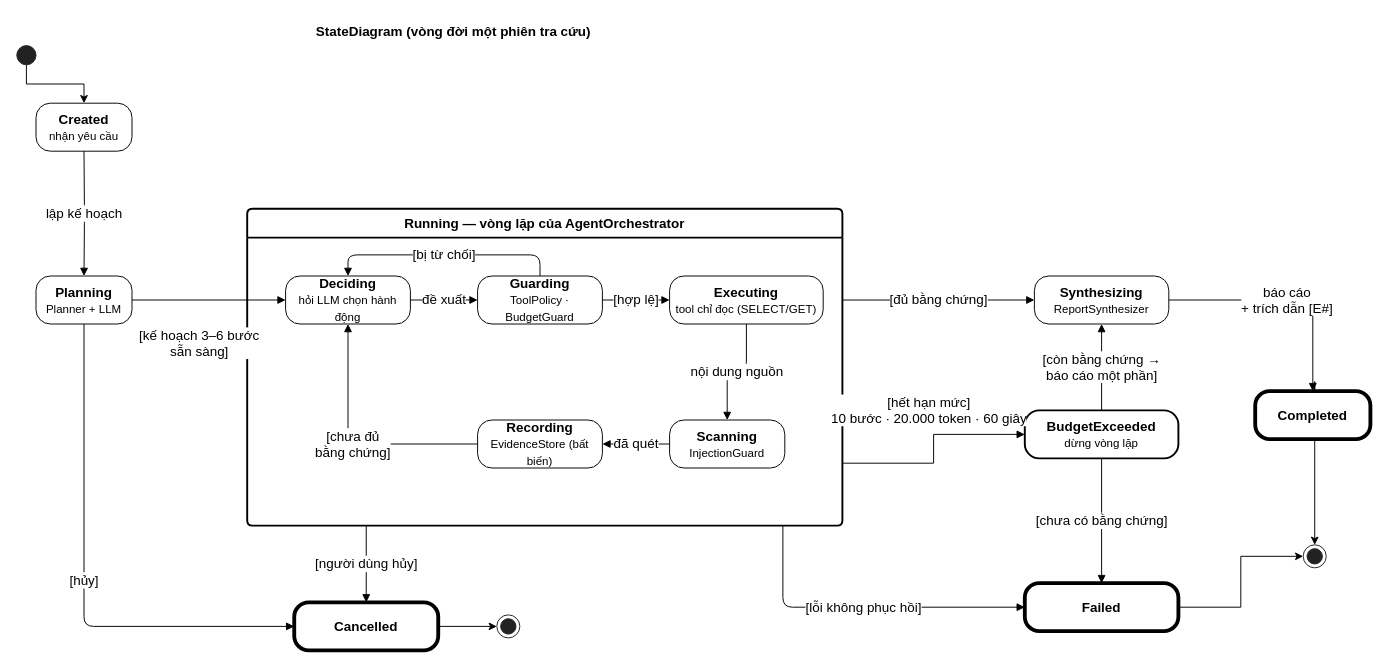
Above: page "State" (8 of 33) of AIK8/AIK08/Diagram.drawio in NamHuynh147/OOSD (draw.io), before the change. Source tidied: cells renumbered, new cells numbered last; positions are measured from the earlier drawing's top-left corner, leaving out a move shared by most shapes. Both pictures are drawn from the tidied source at 96%, with x=0, y=0 at pixel (16, 16).
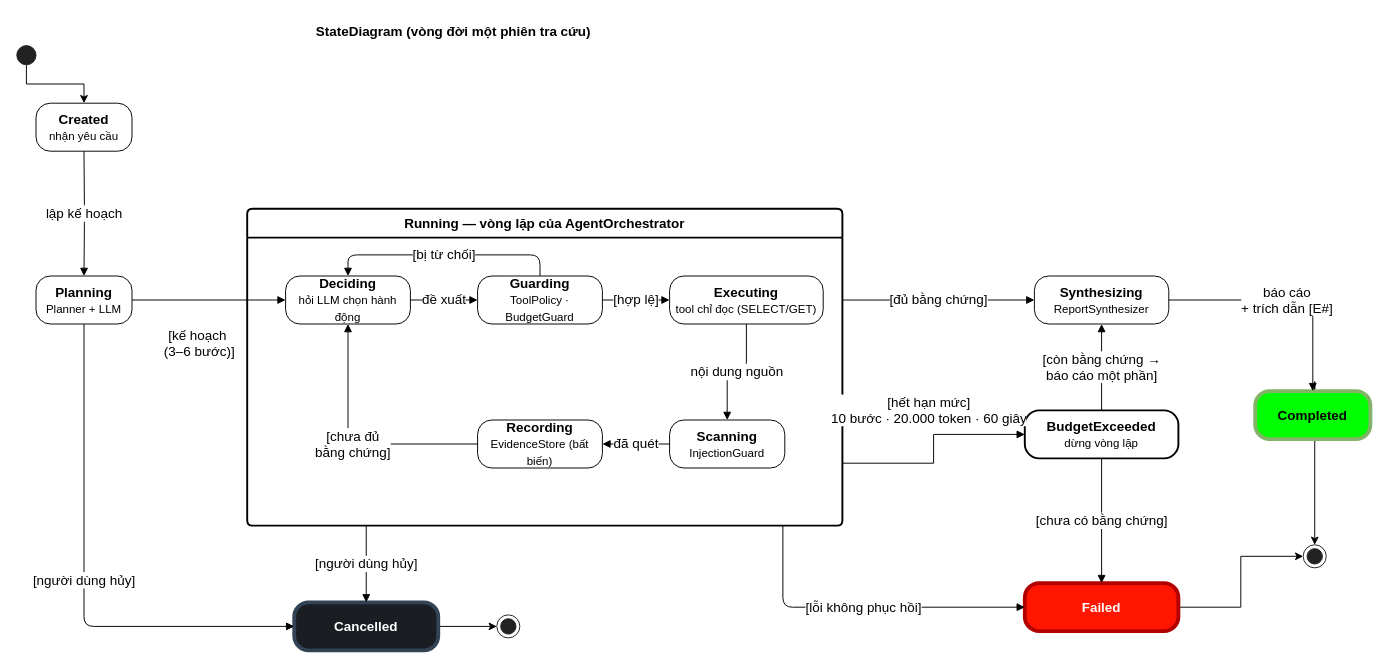
After the change.

Unchanged cells that the change refers to:
```xml
<mxCell id="4" value="&lt;b&gt;Planning&lt;/b&gt;&lt;br&gt;&lt;font style=&quot;font-size: 12px;&quot;&gt;Planner + LLM&lt;/font&gt;" style="rounded=1;arcSize=30;whiteSpace=wrap;html=1;fontSize=14;" parent="1" vertex="1">
  <mxGeometry x="20" y="270" width="100" height="50" as="geometry" />
</mxCell>
<mxCell id="6" value="&lt;b&gt;Deciding&lt;/b&gt;&lt;br&gt;&lt;font style=&quot;font-size: 12px;&quot;&gt;hỏi LLM chọn hành động&lt;/font&gt;" style="rounded=1;arcSize=30;whiteSpace=wrap;html=1;fillColor=#FFFFFF;strokeColor=#000000;fontColor=#000000;fontSize=14;" parent="5" vertex="1">
  <mxGeometry x="40" y="70" width="130" height="50" as="geometry" />
</mxCell>
```

The edit, as a diff of the source:
```diff
@@
-    <mxCell id="13" value="&lt;b&gt;Completed&lt;/b&gt;" style="rounded=1;arcSize=30;whiteSpace=wrap;html=1;strokeWidth=4;fontSize=14;" parent="1" vertex="1">
+    <mxCell id="13" value="&lt;b&gt;Completed&lt;/b&gt;" style="rounded=1;arcSize=30;whiteSpace=wrap;html=1;strokeWidth=4;fontSize=14;fillColor=#00FF00;strokeColor=#82b366;" parent="1" vertex="1">
       <mxGeometry x="1290" y="390" width="120" height="50" as="geometry" />
     </mxCell>
@@
-    <mxCell id="16" value="&lt;b&gt;Failed&lt;/b&gt;" style="rounded=1;arcSize=30;whiteSpace=wrap;html=1;strokeWidth=4;fontSize=14;" parent="1" vertex="1">
+    <mxCell id="16" value="&lt;b&gt;Failed&lt;/b&gt;" style="rounded=1;arcSize=30;whiteSpace=wrap;html=1;strokeWidth=4;fontSize=14;fillColor=#FF1500;fontColor=#ffffff;strokeColor=#B20000;" parent="1" vertex="1">
       <mxGeometry x="1050" y="590" width="160" height="50" as="geometry" />
     </mxCell>
@@
-    <mxCell id="18" value="&lt;b&gt;Cancelled&lt;/b&gt;" style="rounded=1;arcSize=30;whiteSpace=wrap;html=1;strokeWidth=4;fontSize=14;" parent="1" vertex="1">
+    <mxCell id="18" value="&lt;b&gt;Cancelled&lt;/b&gt;" style="rounded=1;arcSize=30;whiteSpace=wrap;html=1;strokeWidth=4;fontSize=14;fillColor=#1A1D22;strokeColor=#314354;fontColor=#ffffff;" parent="1" vertex="1">
       <mxGeometry x="289" y="610" width="150" height="50" as="geometry" />
     </mxCell>
@@
-    <mxCell id="20" value="[kế hoạch 3–6 bước&lt;br&gt;sẵn sàng]" style="edgeStyle=orthogonalEdgeStyle;rounded=1;html=1;endArrow=block;endFill=1;fontSize=14;labelBackgroundColor=#FFFFFF;" parent="1" edge="1" source="4" target="6">
+    <mxCell id="20" value="[kế hoạch&amp;nbsp;&lt;br&gt;(3–6 bước)]" style="edgeStyle=orthogonalEdgeStyle;rounded=1;html=1;endArrow=block;endFill=1;fontSize=14;labelBackgroundColor=#FFFFFF;" parent="1" edge="1" source="4" target="6">
       <mxGeometry x="-0.12" y="-45" relative="1" as="geometry" />
     </mxCell>
@@
-    <mxCell id="27" value="[hủy]" style="edgeStyle=orthogonalEdgeStyle;rounded=1;html=1;endArrow=block;endFill=1;fontSize=14;labelBackgroundColor=#FFFFFF;exitX=0.5;exitY=1;exitDx=0;exitDy=0;entryX=0;entryY=0.5;entryDx=0;entryDy=0;" parent="1" edge="1" source="4" target="18">
+    <mxCell id="27" value="[người dùng hủy]" style="edgeStyle=orthogonalEdgeStyle;rounded=1;html=1;endArrow=block;endFill=1;fontSize=14;labelBackgroundColor=#FFFFFF;exitX=0.5;exitY=1;exitDx=0;exitDy=0;entryX=0;entryY=0.5;entryDx=0;entryDy=0;" parent="1" edge="1" source="4" target="18">
       <mxGeometry relative="1" as="geometry" />
     </mxCell>
```
